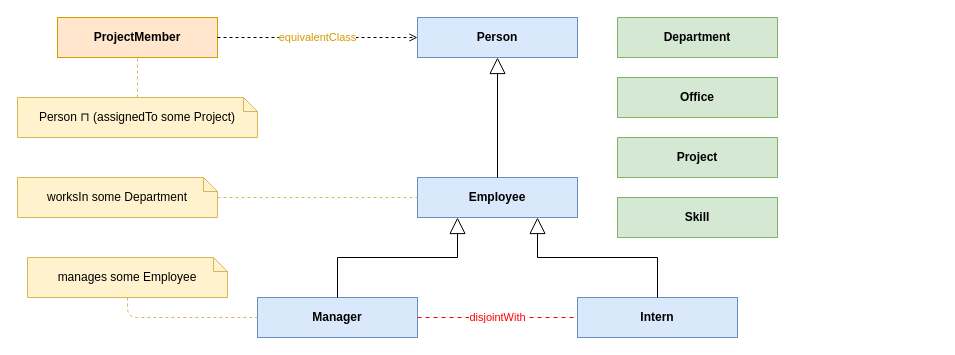
valdi-at/rsbp-d-ontology-protege keeps this draw.io diagram as class-hierarchy.drawio. Above is the earlier version. Source tidied: cells renumbered, new cells numbered last; positions are measured from the earlier drawing's top-left corner, leaving out a move shared by most shapes. Both pictures are drawn from the tidied source at 100%, with x=0, y=0 at pixel (17, 17).
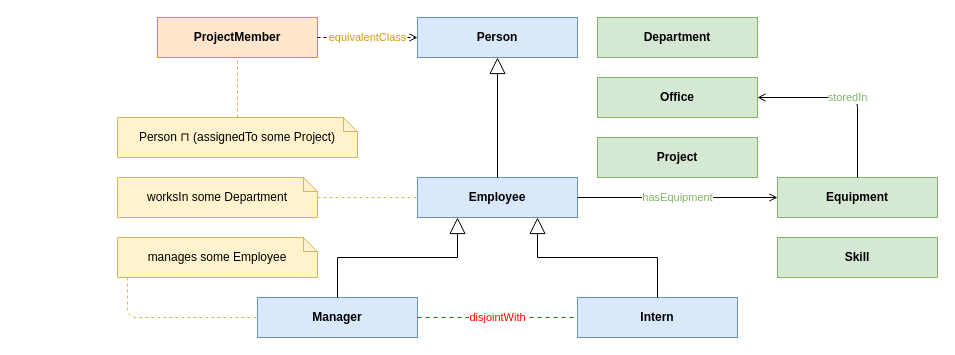
Above is the later version.

Unchanged cells that the change refers to:
```xml
<mxCell id="3" value="Employee" style="rounded=0;whiteSpace=wrap;html=1;fillColor=#dae8fc;strokeColor=#6c8ebf;fontStyle=1;" parent="1" vertex="1">
  <mxGeometry x="400" y="160" width="160" height="40" as="geometry" />
</mxCell>
```

What changed in the source:
```diff
@@
     <mxCell id="6" value="Department" style="rounded=0;whiteSpace=wrap;html=1;fillColor=#d5e8d4;strokeColor=#82b366;fontStyle=1;" parent="1" vertex="1">
-      <mxGeometry x="600" width="160" height="40" as="geometry" />
+      <mxGeometry x="580" width="160" height="40" as="geometry" />
     </mxCell>
     <mxCell id="7" value="Office" style="rounded=0;whiteSpace=wrap;html=1;fillColor=#d5e8d4;strokeColor=#82b366;fontStyle=1;" parent="1" vertex="1">
-      <mxGeometry x="600" y="60" width="160" height="40" as="geometry" />
+      <mxGeometry x="580" y="60" width="160" height="40" as="geometry" />
     </mxCell>
     <mxCell id="8" value="Project" style="rounded=0;whiteSpace=wrap;html=1;fillColor=#d5e8d4;strokeColor=#82b366;fontStyle=1;" parent="1" vertex="1">
-      <mxGeometry x="600" y="120" width="160" height="40" as="geometry" />
+      <mxGeometry x="580" y="120" width="160" height="40" as="geometry" />
     </mxCell>
     <mxCell id="9" value="Skill" style="rounded=0;whiteSpace=wrap;html=1;fillColor=#d5e8d4;strokeColor=#82b366;fontStyle=1;" parent="1" vertex="1">
-      <mxGeometry x="600" y="180" width="160" height="40" as="geometry" />
+      <mxGeometry x="760" y="220" width="160" height="40" as="geometry" />
     </mxCell>
+    <mxCell id="22" value="Equipment" style="rounded=0;whiteSpace=wrap;html=1;fillColor=#d5e8d4;strokeColor=#82b366;fontStyle=1;" parent="1" vertex="1">
+      <mxGeometry x="760" y="160" width="160" height="40" as="geometry" />
+    </mxCell>
     <mxCell id="10" value="ProjectMember" style="rounded=0;whiteSpace=wrap;html=1;fillColor=#ffe6cc;strokeColor=#d79b00;fontStyle=1;" parent="1" vertex="1">
-      <mxGeometry x="40" width="160" height="40" as="geometry" />
+      <mxGeometry x="140" width="160" height="40" as="geometry" />
     </mxCell>
     <mxCell id="11" value="worksIn some Department" style="shape=note;whiteSpace=wrap;html=1;fillColor=#fff2cc;strokeColor=#d6b656;size=14;" parent="1" vertex="1">
-      <mxGeometry y="160" width="200" height="40" as="geometry" />
+      <mxGeometry x="100" y="160" width="200" height="40" as="geometry" />
     </mxCell>
     <mxCell id="12" value="manages some Employee" style="shape=note;whiteSpace=wrap;html=1;fillColor=#fff2cc;strokeColor=#d6b656;size=14;" parent="1" vertex="1">
-      <mxGeometry x="10" y="240" width="200" height="40" as="geometry" />
+      <mxGeometry x="100" y="220" width="200" height="40" as="geometry" />
     </mxCell>
     <mxCell id="13" value="Person ⊓ (assignedTo some Project)" style="shape=note;whiteSpace=wrap;html=1;fillColor=#fff2cc;strokeColor=#d6b656;size=14;" parent="1" vertex="1">
-      <mxGeometry y="80" width="240" height="40" as="geometry" />
+      <mxGeometry x="100" y="100" width="240" height="40" as="geometry" />
     </mxCell>
@@
+    <mxCell id="23" value="hasEquipment" style="edgeStyle=orthogonalEdgeStyle;html=1;endArrow=open;endFill=0;fontColor=#82b366;exitX=1;exitY=0.5;entryX=0;entryY=0.5;" parent="1" edge="1" source="3" target="22">
+      <mxGeometry relative="1" as="geometry" />
+    </mxCell>
+    <mxCell id="24" value="storedIn" style="edgeStyle=orthogonalEdgeStyle;html=1;endArrow=open;endFill=0;fontColor=#82b366;exitX=0.5;exitY=0;entryX=1;entryY=0.5;" parent="1" edge="1" source="22" target="7">
+      <mxGeometry relative="1" as="geometry" />
+    </mxCell>
```
